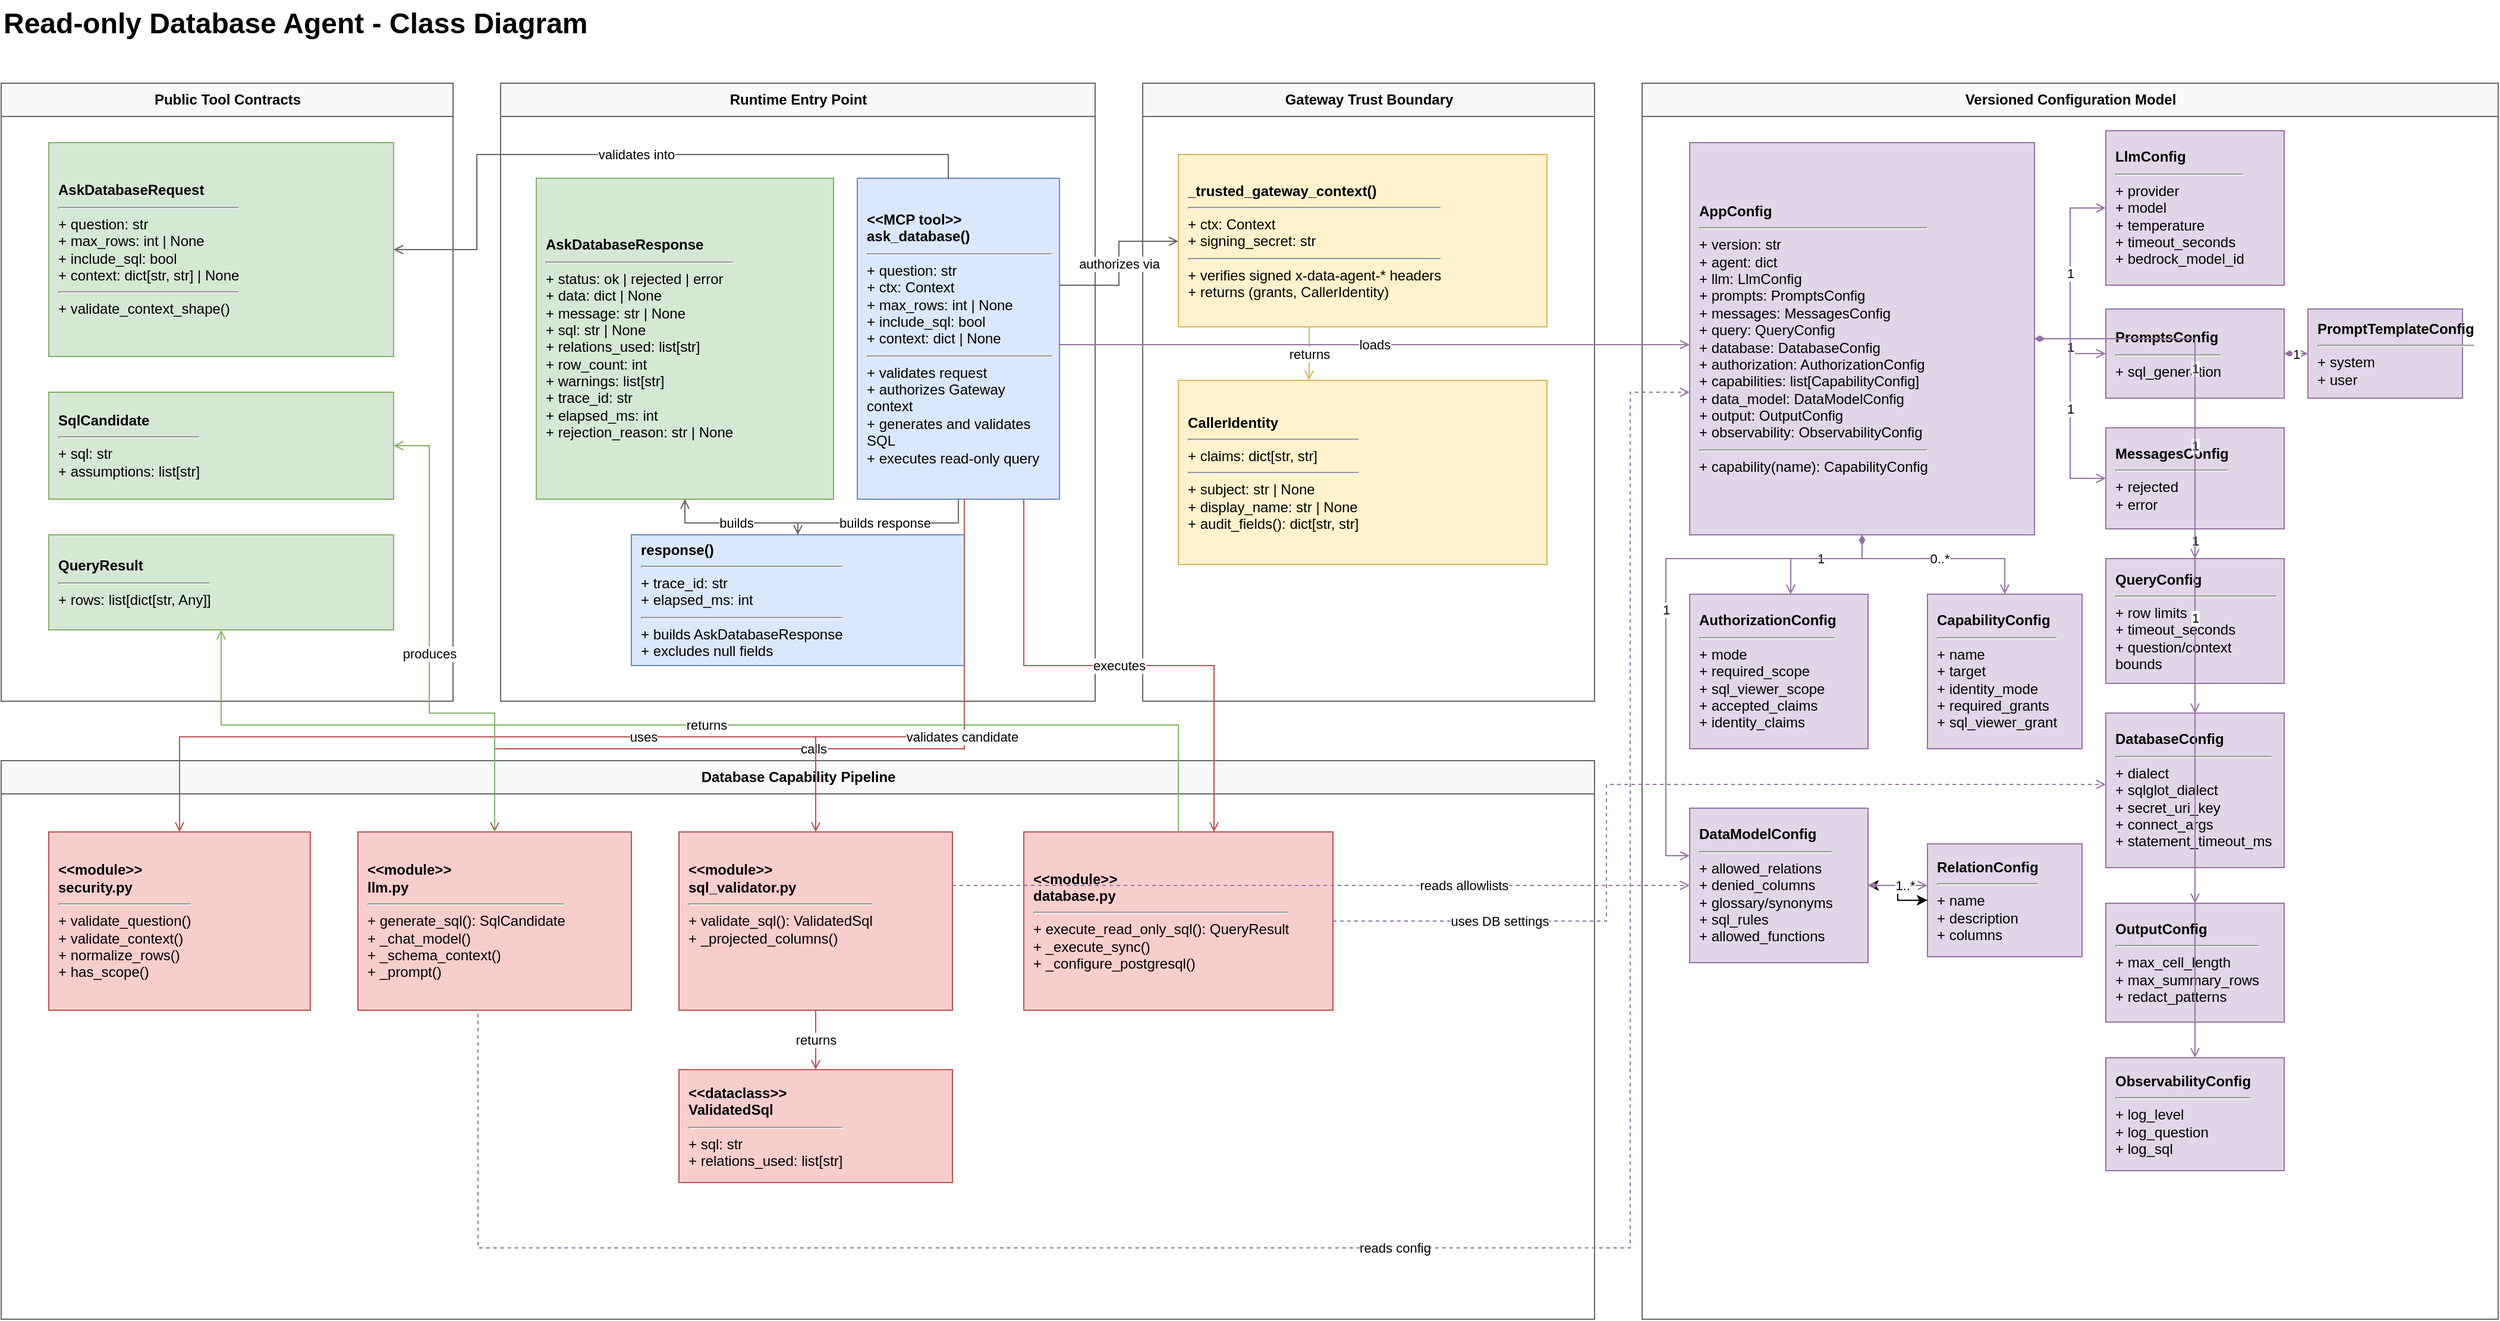
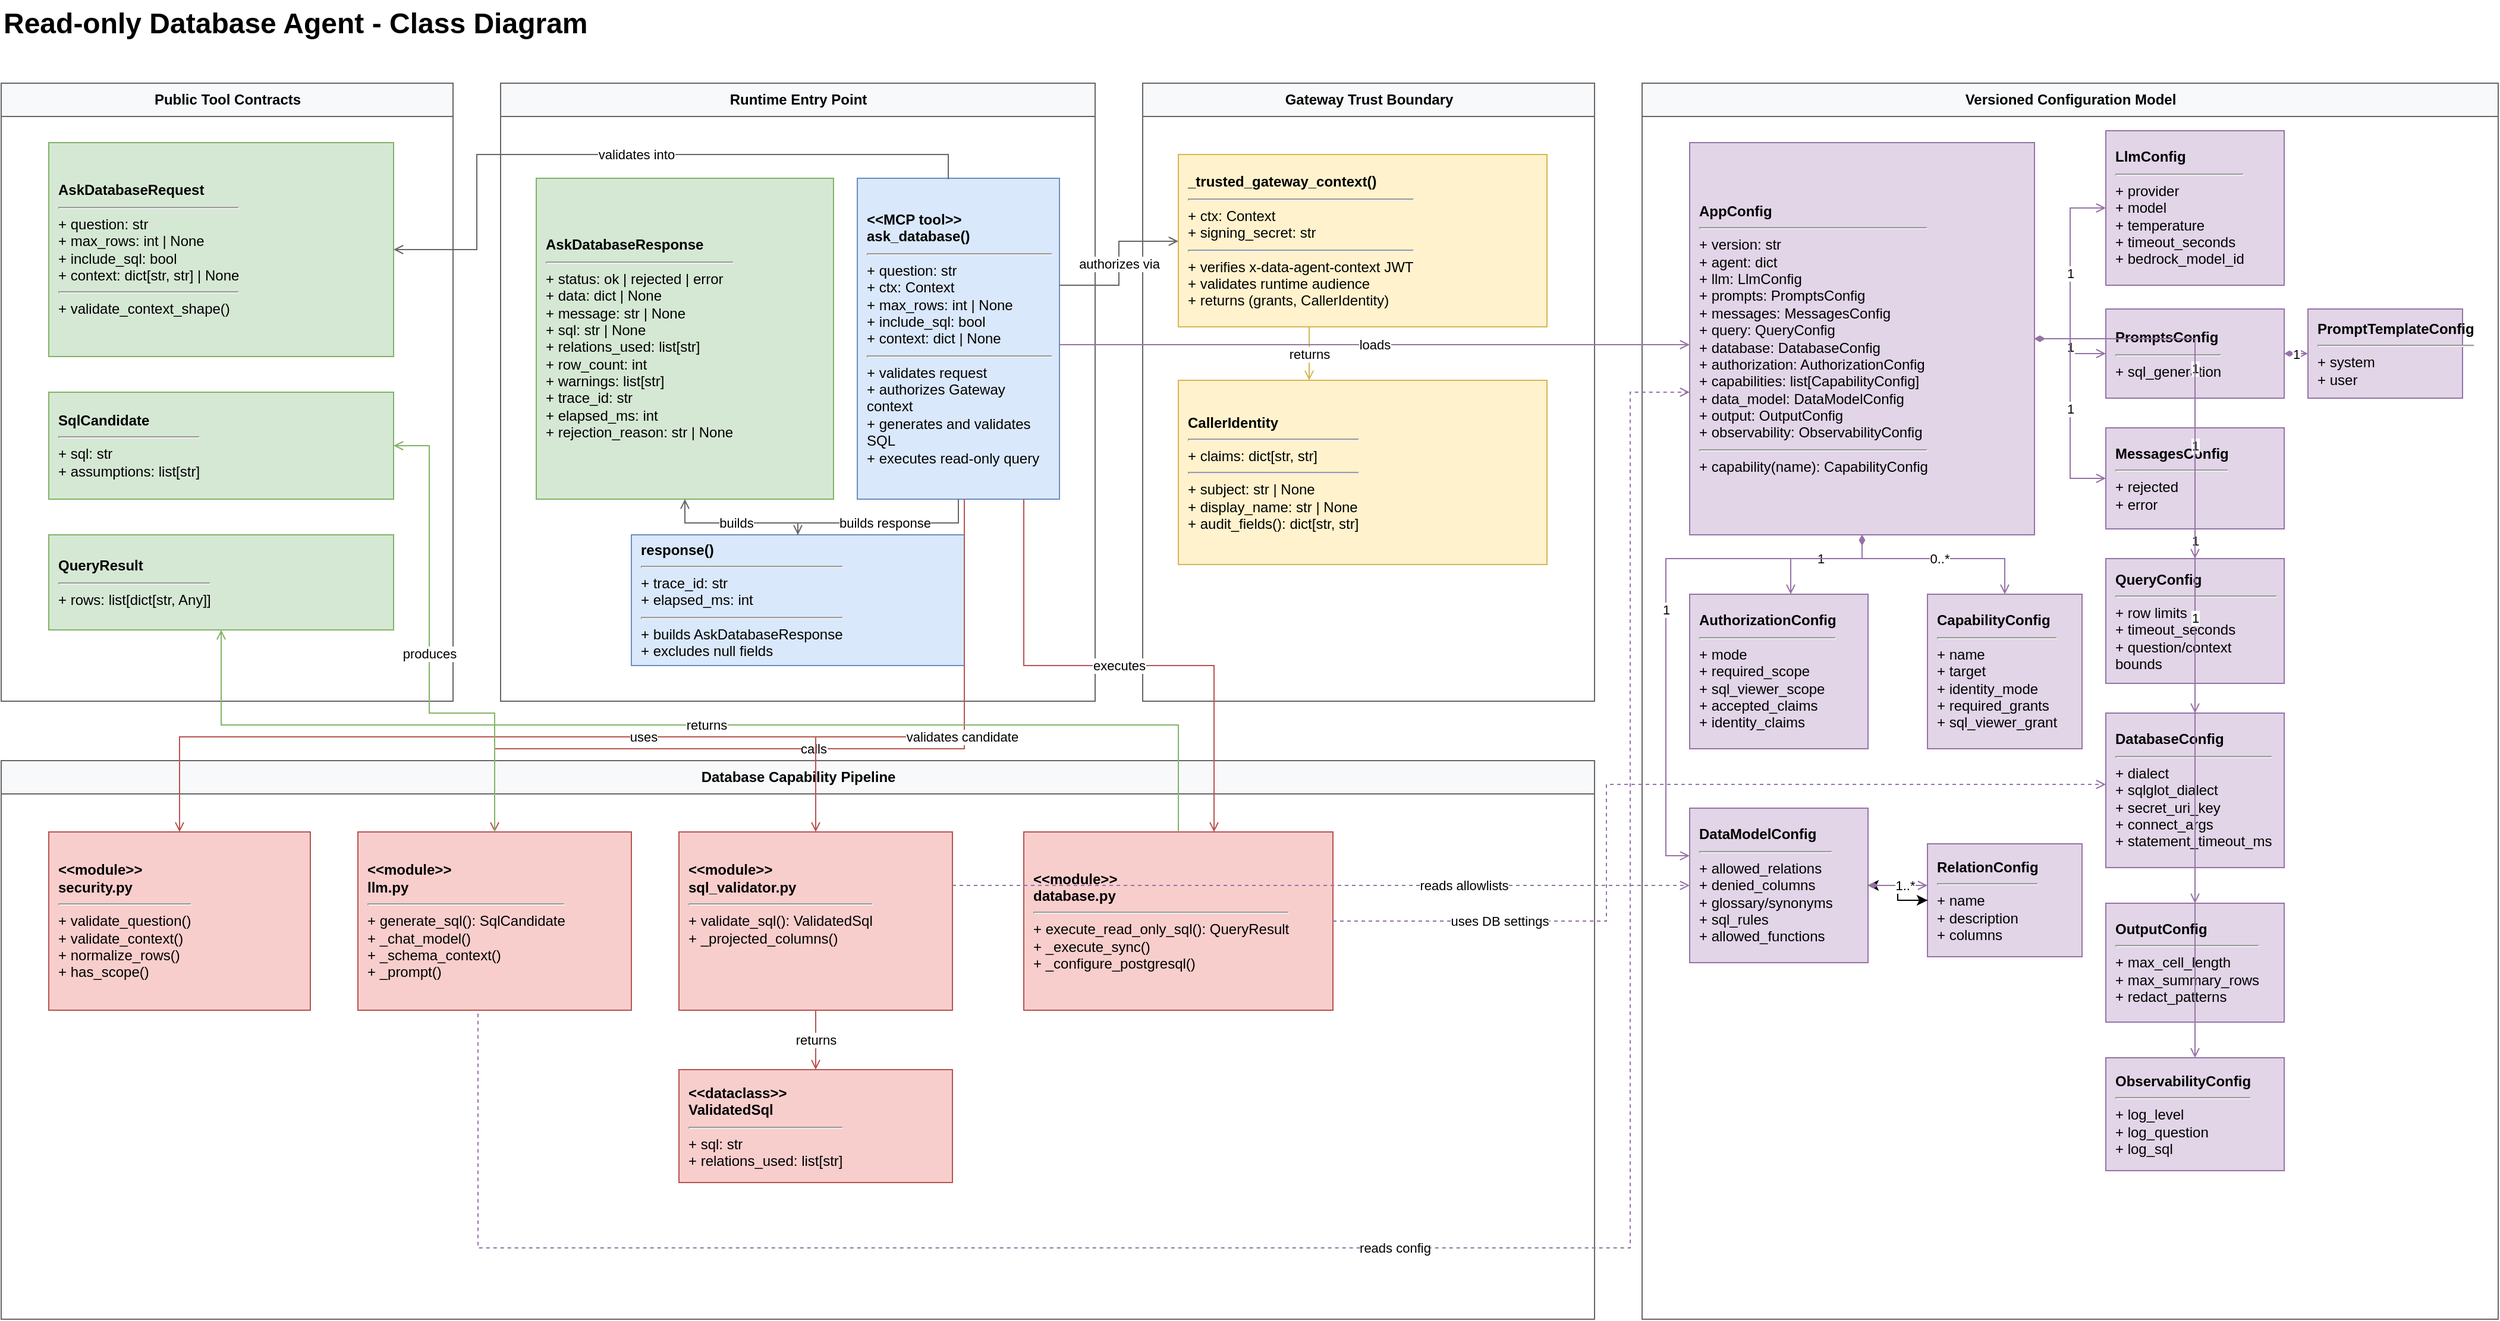
<mxfile host="app.diagrams.net" agent="Codex">
  <diagram id="database-agent-class-diagram" name="Database Agent Class Diagram">
    <mxGraphModel dx="1203" dy="665" grid="1" gridSize="10" guides="1" tooltips="1" connect="1" arrows="1" fold="1" page="1" pageScale="1" pageWidth="2200" pageHeight="1400" math="0" shadow="0">
      <root>
        <mxCell id="0" />
        <mxCell id="1" parent="0" />
        <mxCell id="title" parent="1" style="text;html=1;strokeColor=none;fillColor=none;fontSize=24;fontStyle=1;align=left;verticalAlign=middle;" value="Read-only Database Agent - Class Diagram" vertex="1">
          <mxGeometry height="40" width="760" x="40" y="20" as="geometry" />
        </mxCell>
        <mxCell id="lane_contracts" parent="1" style="swimlane;html=1;rounded=0;startSize=28;fontStyle=1;fillColor=#f8f9fa;strokeColor=#666666;" value="Public Tool Contracts" vertex="1">
          <mxGeometry height="520" width="380" x="40" y="90" as="geometry" />
        </mxCell>
        <mxCell id="lane_runtime" parent="1" style="swimlane;html=1;rounded=0;startSize=28;fontStyle=1;fillColor=#f8f9fa;strokeColor=#666666;" value="Runtime Entry Point" vertex="1">
          <mxGeometry height="520" width="500" x="460" y="90" as="geometry" />
        </mxCell>
        <mxCell id="lane_auth" parent="1" style="swimlane;html=1;rounded=0;startSize=28;fontStyle=1;fillColor=#f8f9fa;strokeColor=#666666;" value="Gateway Trust Boundary" vertex="1">
          <mxGeometry height="520" width="380" x="1000" y="90" as="geometry" />
        </mxCell>
        <mxCell id="lane_config" parent="1" style="swimlane;html=1;rounded=0;startSize=28;fontStyle=1;fillColor=#f8f9fa;strokeColor=#666666;" value="Versioned Configuration Model" vertex="1">
          <mxGeometry height="1040" width="720" x="1420" y="90" as="geometry" />
        </mxCell>
        <mxCell id="CapabilityConfig" parent="lane_config" style="rounded=0;whiteSpace=wrap;html=1;fillColor=#e1d5e7;strokeColor=#9673a6;align=left;spacing=8;" value="&lt;b&gt;CapabilityConfig&lt;/b&gt;&lt;hr&gt;+ name&lt;br&gt;+ target&lt;br&gt;+ identity_mode&lt;br&gt;+ required_grants&lt;br&gt;+ sql_viewer_grant" vertex="1">
          <mxGeometry height="130" width="130" x="240" y="430" as="geometry" />
        </mxCell>
        <mxCell id="RelationConfig" parent="lane_config" style="rounded=0;whiteSpace=wrap;html=1;fillColor=#e1d5e7;strokeColor=#9673a6;align=left;spacing=8;" value="&lt;b&gt;RelationConfig&lt;/b&gt;&lt;hr&gt;+ name&lt;br&gt;+ description&lt;br&gt;+ columns" vertex="1">
          <mxGeometry height="95" width="130" x="240" y="640" as="geometry" />
        </mxCell>
        <mxCell id="lane_pipeline" parent="1" style="swimlane;html=1;rounded=0;startSize=28;fontStyle=1;fillColor=#f8f9fa;strokeColor=#666666;" value="Database Capability Pipeline" vertex="1">
          <mxGeometry height="470" width="1340" x="40" y="660" as="geometry" />
        </mxCell>
        <mxCell id="ValidatedSql" parent="lane_pipeline" style="rounded=0;whiteSpace=wrap;html=1;fillColor=#f8cecc;strokeColor=#b85450;align=left;spacing=8;" value="&lt;b&gt;&amp;lt;&amp;lt;dataclass&amp;gt;&amp;gt;&lt;br&gt;ValidatedSql&lt;/b&gt;&lt;hr&gt;+ sql: str&lt;br&gt;+ relations_used: list[str]" vertex="1">
          <mxGeometry height="95" width="230" x="570" y="260" as="geometry" />
        </mxCell>
        <mxCell id="AskDatabaseRequest" parent="1" style="rounded=0;whiteSpace=wrap;html=1;fillColor=#d5e8d4;strokeColor=#82b366;align=left;spacing=8;" value="&lt;b&gt;AskDatabaseRequest&lt;/b&gt;&lt;hr&gt;+ question: str&lt;br&gt;+ max_rows: int | None&lt;br&gt;+ include_sql: bool&lt;br&gt;+ context: dict[str, str] | None&lt;hr&gt;+ validate_context_shape()" vertex="1">
          <mxGeometry height="180" width="290" x="80" y="140" as="geometry" />
        </mxCell>
        <mxCell id="SqlCandidate" parent="1" style="rounded=0;whiteSpace=wrap;html=1;fillColor=#d5e8d4;strokeColor=#82b366;align=left;spacing=8;" value="&lt;b&gt;SqlCandidate&lt;/b&gt;&lt;hr&gt;+ sql: str&lt;br&gt;+ assumptions: list[str]" vertex="1">
          <mxGeometry height="90" width="290" x="80" y="350" as="geometry" />
        </mxCell>
        <mxCell id="QueryResult" parent="1" style="rounded=0;whiteSpace=wrap;html=1;fillColor=#d5e8d4;strokeColor=#82b366;align=left;spacing=8;" value="&lt;b&gt;QueryResult&lt;/b&gt;&lt;hr&gt;+ rows: list[dict[str, Any]]" vertex="1">
          <mxGeometry height="80" width="290" x="80" y="470" as="geometry" />
        </mxCell>
        <mxCell id="AskDatabaseResponse" parent="1" style="rounded=0;whiteSpace=wrap;html=1;fillColor=#d5e8d4;strokeColor=#82b366;align=left;spacing=8;" value="&lt;b&gt;AskDatabaseResponse&lt;/b&gt;&lt;hr&gt;+ status: ok | rejected | error&lt;br&gt;+ data: dict | None&lt;br&gt;+ message: str | None&lt;br&gt;+ sql: str | None&lt;br&gt;+ relations_used: list[str]&lt;br&gt;+ row_count: int&lt;br&gt;+ warnings: list[str]&lt;br&gt;+ trace_id: str&lt;br&gt;+ elapsed_ms: int&lt;br&gt;+ rejection_reason: str | None" vertex="1">
          <mxGeometry height="270" width="250" x="490" y="170" as="geometry" />
        </mxCell>
        <mxCell id="AskDatabaseTool" parent="1" style="rounded=0;whiteSpace=wrap;html=1;fillColor=#dae8fc;strokeColor=#6c8ebf;align=left;spacing=8;" value="&lt;b&gt;&amp;lt;&amp;lt;MCP tool&amp;gt;&amp;gt;&lt;br&gt;ask_database()&lt;/b&gt;&lt;hr&gt;+ question: str&lt;br&gt;+ ctx: Context&lt;br&gt;+ max_rows: int | None&lt;br&gt;+ include_sql: bool&lt;br&gt;+ context: dict | None&lt;hr&gt;+ validates request&lt;br&gt;+ authorizes Gateway context&lt;br&gt;+ generates and validates SQL&lt;br&gt;+ executes read-only query" vertex="1">
          <mxGeometry height="270" width="170" x="760" y="170" as="geometry" />
        </mxCell>
        <mxCell id="ResponseBuilder" parent="1" style="rounded=0;whiteSpace=wrap;html=1;fillColor=#dae8fc;strokeColor=#6c8ebf;align=left;spacing=8;" value="&lt;b&gt;response()&lt;/b&gt;&lt;hr&gt;+ trace_id: str&lt;br&gt;+ elapsed_ms: int&lt;hr&gt;+ builds AskDatabaseResponse&lt;br&gt;+ excludes null fields" vertex="1">
          <mxGeometry height="110" width="280" x="570" y="470" as="geometry" />
        </mxCell>
-         <mxCell id="TrustedGatewayContext" parent="1" style="rounded=0;whiteSpace=wrap;html=1;fillColor=#fff2cc;strokeColor=#d6b656;align=left;spacing=8;" value="&lt;b&gt;_trusted_gateway_context()&lt;/b&gt;&lt;hr&gt;+ ctx: Context&lt;br&gt;+ signing_secret: str&lt;hr&gt;+ verifies signed x-data-agent-* headers&lt;br&gt;+ returns (grants, CallerIdentity)" vertex="1">
+         <mxCell id="TrustedGatewayContext" parent="1" style="rounded=0;whiteSpace=wrap;html=1;fillColor=#fff2cc;strokeColor=#d6b656;align=left;spacing=8;" value="&lt;b&gt;_trusted_gateway_context()&lt;/b&gt;&lt;hr&gt;+ ctx: Context&lt;br&gt;+ signing_secret: str&lt;hr&gt;+ verifies x-data-agent-context JWT&lt;br&gt;+ validates runtime audience&lt;br&gt;+ returns (grants, CallerIdentity)" vertex="1">
          <mxGeometry height="145" width="310" x="1030" y="150" as="geometry" />
        </mxCell>
        <mxCell id="CallerIdentity" parent="1" style="rounded=0;whiteSpace=wrap;html=1;fillColor=#fff2cc;strokeColor=#d6b656;align=left;spacing=8;" value="&lt;b&gt;CallerIdentity&lt;/b&gt;&lt;hr&gt;+ claims: dict[str, str]&lt;hr&gt;+ subject: str | None&lt;br&gt;+ display_name: str | None&lt;br&gt;+ audit_fields(): dict[str, str]" vertex="1">
          <mxGeometry height="155" width="310" x="1030" y="340" as="geometry" />
        </mxCell>
        <mxCell id="SecurityGuards" parent="1" style="rounded=0;whiteSpace=wrap;html=1;fillColor=#f8cecc;strokeColor=#b85450;align=left;spacing=8;" value="&lt;b&gt;&amp;lt;&amp;lt;module&amp;gt;&amp;gt;&lt;br&gt;security.py&lt;/b&gt;&lt;hr&gt;+ validate_question()&lt;br&gt;+ validate_context()&lt;br&gt;+ normalize_rows()&lt;br&gt;+ has_scope()" vertex="1">
          <mxGeometry height="150" width="220" x="80" y="720" as="geometry" />
        </mxCell>
        <mxCell id="SqlGenerator" parent="1" style="rounded=0;whiteSpace=wrap;html=1;fillColor=#f8cecc;strokeColor=#b85450;align=left;spacing=8;" value="&lt;b&gt;&amp;lt;&amp;lt;module&amp;gt;&amp;gt;&lt;br&gt;llm.py&lt;/b&gt;&lt;hr&gt;+ generate_sql(): SqlCandidate&lt;br&gt;+ _chat_model()&lt;br&gt;+ _schema_context()&lt;br&gt;+ _prompt()" vertex="1">
          <mxGeometry height="150" width="230" x="340" y="720" as="geometry" />
        </mxCell>
        <mxCell id="SqlValidator" parent="1" style="rounded=0;whiteSpace=wrap;html=1;fillColor=#f8cecc;strokeColor=#b85450;align=left;spacing=8;" value="&lt;b&gt;&amp;lt;&amp;lt;module&amp;gt;&amp;gt;&lt;br&gt;sql_validator.py&lt;/b&gt;&lt;hr&gt;+ validate_sql(): ValidatedSql&lt;br&gt;+ _projected_columns()&lt;div&gt;&lt;br&gt;&lt;/div&gt;&lt;div&gt;&lt;br&gt;&lt;/div&gt;" vertex="1">
          <mxGeometry height="150" width="230" x="610" y="720" as="geometry" />
        </mxCell>
        <mxCell id="DatabaseExecutor" parent="1" style="rounded=0;whiteSpace=wrap;html=1;fillColor=#f8cecc;strokeColor=#b85450;align=left;spacing=8;" value="&lt;b&gt;&amp;lt;&amp;lt;module&amp;gt;&amp;gt;&lt;br&gt;database.py&lt;/b&gt;&lt;hr&gt;+ execute_read_only_sql(): QueryResult&lt;br&gt;+ _execute_sync()&lt;br&gt;+ _configure_postgresql()" vertex="1">
          <mxGeometry height="150" width="260" x="900" y="720" as="geometry" />
        </mxCell>
        <mxCell id="AppConfig" parent="1" style="rounded=0;whiteSpace=wrap;html=1;fillColor=#e1d5e7;strokeColor=#9673a6;align=left;spacing=8;" value="&lt;b&gt;AppConfig&lt;/b&gt;&lt;hr&gt;+ version: str&lt;br&gt;+ agent: dict&lt;br&gt;+ llm: LlmConfig&lt;br&gt;+ prompts: PromptsConfig&lt;br&gt;+ messages: MessagesConfig&lt;br&gt;+ query: QueryConfig&lt;br&gt;+ database: DatabaseConfig&lt;br&gt;+ authorization: AuthorizationConfig&lt;br&gt;+ capabilities: list[CapabilityConfig]&lt;br&gt;+ data_model: DataModelConfig&lt;br&gt;+ output: OutputConfig&lt;br&gt;+ observability: ObservabilityConfig&lt;hr&gt;+ capability(name): CapabilityConfig" vertex="1">
          <mxGeometry height="330" width="290" x="1460" y="140" as="geometry" />
        </mxCell>
        <mxCell id="LlmConfig" parent="1" style="rounded=0;whiteSpace=wrap;html=1;fillColor=#e1d5e7;strokeColor=#9673a6;align=left;spacing=8;" value="&lt;b&gt;LlmConfig&lt;/b&gt;&lt;hr&gt;+ provider&lt;br&gt;+ model&lt;br&gt;+ temperature&lt;br&gt;+ timeout_seconds&lt;br&gt;+ bedrock_model_id" vertex="1">
          <mxGeometry height="130" width="150" x="1810" y="130" as="geometry" />
        </mxCell>
        <mxCell id="PromptsConfig" parent="1" style="rounded=0;whiteSpace=wrap;html=1;fillColor=#e1d5e7;strokeColor=#9673a6;align=left;spacing=8;" value="&lt;b&gt;PromptsConfig&lt;/b&gt;&lt;hr&gt;+ sql_generation" vertex="1">
          <mxGeometry height="75" width="150" x="1810" y="280" as="geometry" />
        </mxCell>
        <mxCell id="PromptTemplateConfig" parent="1" style="rounded=0;whiteSpace=wrap;html=1;fillColor=#e1d5e7;strokeColor=#9673a6;align=left;spacing=8;" value="&lt;b&gt;PromptTemplateConfig&lt;/b&gt;&lt;hr&gt;+ system&lt;br&gt;+ user" vertex="1">
          <mxGeometry height="75" width="130" x="1980" y="280" as="geometry" />
        </mxCell>
        <mxCell id="MessagesConfig" parent="1" style="rounded=0;whiteSpace=wrap;html=1;fillColor=#e1d5e7;strokeColor=#9673a6;align=left;spacing=8;" value="&lt;b&gt;MessagesConfig&lt;/b&gt;&lt;hr&gt;+ rejected&lt;br&gt;+ error" vertex="1">
          <mxGeometry height="85" width="150" x="1810" y="380" as="geometry" />
        </mxCell>
        <mxCell id="QueryConfig" parent="1" style="rounded=0;whiteSpace=wrap;html=1;fillColor=#e1d5e7;strokeColor=#9673a6;align=left;spacing=8;" value="&lt;b&gt;QueryConfig&lt;/b&gt;&lt;hr&gt;+ row limits&lt;br&gt;+ timeout_seconds&lt;br&gt;+ question/context bounds" vertex="1">
          <mxGeometry height="105" width="150" x="1810" y="490" as="geometry" />
        </mxCell>
        <mxCell id="DatabaseConfig" parent="1" style="rounded=0;whiteSpace=wrap;html=1;fillColor=#e1d5e7;strokeColor=#9673a6;align=left;spacing=8;" value="&lt;b&gt;DatabaseConfig&lt;/b&gt;&lt;hr&gt;+ dialect&lt;br&gt;+ sqlglot_dialect&lt;br&gt;+ secret_uri_key&lt;br&gt;+ connect_args&lt;br&gt;+ statement_timeout_ms" vertex="1">
          <mxGeometry height="130" width="150" x="1810" y="620" as="geometry" />
        </mxCell>
        <mxCell id="AuthorizationConfig" parent="1" style="rounded=0;whiteSpace=wrap;html=1;fillColor=#e1d5e7;strokeColor=#9673a6;align=left;spacing=8;" value="&lt;b&gt;AuthorizationConfig&lt;/b&gt;&lt;hr&gt;+ mode&lt;br&gt;+ required_scope&lt;br&gt;+ sql_viewer_scope&lt;br&gt;+ accepted_claims&lt;br&gt;+ identity_claims" vertex="1">
          <mxGeometry height="130" width="150" x="1460" y="520" as="geometry" />
        </mxCell>
        <mxCell id="VCXLn631tZsVZHnPVhLA-1" edge="1" parent="1" source="DataModelConfig" style="edgeStyle=orthogonalEdgeStyle;rounded=0;orthogonalLoop=1;jettySize=auto;html=1;" target="RelationConfig" value="">
          <mxGeometry relative="1" as="geometry" />
        </mxCell>
        <mxCell id="DataModelConfig" parent="1" style="rounded=0;whiteSpace=wrap;html=1;fillColor=#e1d5e7;strokeColor=#9673a6;align=left;spacing=8;" value="&lt;b&gt;DataModelConfig&lt;/b&gt;&lt;hr&gt;+ allowed_relations&lt;br&gt;+ denied_columns&lt;br&gt;+ glossary/synonyms&lt;br&gt;+ sql_rules&lt;br&gt;+ allowed_functions" vertex="1">
          <mxGeometry height="130" width="150" x="1460" y="700" as="geometry" />
        </mxCell>
        <mxCell id="VCXLn631tZsVZHnPVhLA-2" edge="1" parent="1" source="RelationConfig" style="edgeStyle=orthogonalEdgeStyle;rounded=0;orthogonalLoop=1;jettySize=auto;html=1;" target="DataModelConfig" value="">
          <mxGeometry relative="1" as="geometry" />
        </mxCell>
        <mxCell id="OutputConfig" parent="1" style="rounded=0;whiteSpace=wrap;html=1;fillColor=#e1d5e7;strokeColor=#9673a6;align=left;spacing=8;" value="&lt;b&gt;OutputConfig&lt;/b&gt;&lt;hr&gt;+ max_cell_length&lt;br&gt;+ max_summary_rows&lt;br&gt;+ redact_patterns" vertex="1">
          <mxGeometry height="100" width="150" x="1810" y="780" as="geometry" />
        </mxCell>
        <mxCell id="ObservabilityConfig" parent="1" style="rounded=0;whiteSpace=wrap;html=1;fillColor=#e1d5e7;strokeColor=#9673a6;align=left;spacing=8;" value="&lt;b&gt;ObservabilityConfig&lt;/b&gt;&lt;hr&gt;+ log_level&lt;br&gt;+ log_question&lt;br&gt;+ log_sql" vertex="1">
          <mxGeometry height="95" width="150" x="1810" y="910" as="geometry" />
        </mxCell>
        <mxCell id="e_request" edge="1" parent="1" source="AskDatabaseTool" style="edgeStyle=orthogonalEdgeStyle;rounded=0;orthogonalLoop=1;jettySize=auto;html=1;endArrow=open;strokeColor=#666666;exitX=0.45;exitY=0.003;exitDx=0;exitDy=0;exitPerimeter=0;" target="AskDatabaseRequest" value="validates into">
          <mxGeometry relative="1" as="geometry">
            <Array as="points">
              <mxPoint x="837" y="150" />
              <mxPoint x="440" y="150" />
              <mxPoint x="440" y="230" />
            </Array>
          </mxGeometry>
        </mxCell>
        <mxCell id="e_response" edge="1" parent="1" source="ResponseBuilder" style="edgeStyle=orthogonalEdgeStyle;rounded=0;orthogonalLoop=1;jettySize=auto;html=1;endArrow=open;strokeColor=#666666;" target="AskDatabaseResponse" value="builds">
          <mxGeometry relative="1" as="geometry">
            <Array as="points">
              <mxPoint x="710" y="460" />
              <mxPoint x="615" y="460" />
            </Array>
          </mxGeometry>
        </mxCell>
        <mxCell id="e_auth" edge="1" parent="1" source="AskDatabaseTool" style="edgeStyle=orthogonalEdgeStyle;rounded=0;orthogonalLoop=1;jettySize=auto;html=1;endArrow=open;strokeColor=#666666;" target="TrustedGatewayContext" value="authorizes via">
          <mxGeometry relative="1" as="geometry">
            <Array as="points">
              <mxPoint x="980" y="260" />
              <mxPoint x="980" y="223" />
            </Array>
          </mxGeometry>
        </mxCell>
        <mxCell id="e_identity" edge="1" parent="1" source="TrustedGatewayContext" style="edgeStyle=orthogonalEdgeStyle;rounded=0;orthogonalLoop=1;jettySize=auto;html=1;endArrow=open;strokeColor=#d6b656;" target="CallerIdentity" value="returns">
          <mxGeometry relative="1" as="geometry">
            <Array as="points">
              <mxPoint x="1140" y="320" />
              <mxPoint x="1140" y="320" />
            </Array>
          </mxGeometry>
        </mxCell>
        <mxCell id="e_config" edge="1" parent="1" source="AskDatabaseTool" style="edgeStyle=orthogonalEdgeStyle;rounded=0;orthogonalLoop=1;jettySize=auto;html=1;endArrow=open;strokeColor=#9673a6;" target="AppConfig" value="loads">
          <mxGeometry relative="1" as="geometry">
            <Array as="points">
              <mxPoint x="1440" y="310" />
              <mxPoint x="1440" y="310" />
            </Array>
          </mxGeometry>
        </mxCell>
        <mxCell id="e_security" edge="1" parent="1" source="AskDatabaseTool" style="edgeStyle=orthogonalEdgeStyle;rounded=0;orthogonalLoop=1;jettySize=auto;html=1;endArrow=open;strokeColor=#b85450;" target="SecurityGuards" value="uses">
          <mxGeometry relative="1" as="geometry">
            <Array as="points">
              <mxPoint x="850" y="640" />
              <mxPoint x="190" y="640" />
            </Array>
          </mxGeometry>
        </mxCell>
        <mxCell id="e_generate" edge="1" parent="1" source="AskDatabaseTool" style="edgeStyle=orthogonalEdgeStyle;rounded=0;orthogonalLoop=1;jettySize=auto;html=1;endArrow=open;strokeColor=#b85450;" target="SqlGenerator" value="calls">
          <mxGeometry relative="1" as="geometry">
            <Array as="points">
              <mxPoint x="850" y="650" />
              <mxPoint x="455" y="650" />
            </Array>
          </mxGeometry>
        </mxCell>
        <mxCell id="e_candidate" edge="1" parent="1" source="SqlGenerator" style="edgeStyle=orthogonalEdgeStyle;rounded=0;orthogonalLoop=1;jettySize=auto;html=1;endArrow=open;strokeColor=#82b366;entryX=1;entryY=0.5;entryDx=0;entryDy=0;" target="SqlCandidate" value="produces">
          <mxGeometry relative="1" as="geometry">
            <Array as="points">
              <mxPoint x="455" y="620" />
              <mxPoint x="400" y="620" />
              <mxPoint x="400" y="395" />
            </Array>
          </mxGeometry>
        </mxCell>
        <mxCell id="e_validate" edge="1" parent="1" source="AskDatabaseTool" style="edgeStyle=orthogonalEdgeStyle;rounded=0;orthogonalLoop=1;jettySize=auto;html=1;endArrow=open;strokeColor=#b85450;" target="SqlValidator" value="validates candidate">
          <mxGeometry relative="1" as="geometry">
            <Array as="points">
              <mxPoint x="850" y="640" />
              <mxPoint x="725" y="640" />
            </Array>
          </mxGeometry>
        </mxCell>
        <mxCell id="e_validated" edge="1" parent="1" source="SqlValidator" style="edgeStyle=orthogonalEdgeStyle;rounded=0;orthogonalLoop=1;jettySize=auto;html=1;endArrow=open;strokeColor=#b85450;" target="ValidatedSql" value="returns">
          <mxGeometry relative="1" as="geometry" />
        </mxCell>
        <mxCell id="e_execute" edge="1" parent="1" source="AskDatabaseTool" style="edgeStyle=orthogonalEdgeStyle;rounded=0;orthogonalLoop=1;jettySize=auto;html=1;endArrow=open;strokeColor=#b85450;" target="DatabaseExecutor" value="executes">
          <mxGeometry relative="1" as="geometry">
            <Array as="points">
              <mxPoint x="900" y="580" />
              <mxPoint x="1060" y="580" />
            </Array>
          </mxGeometry>
        </mxCell>
        <mxCell id="e_result" edge="1" parent="1" source="DatabaseExecutor" style="edgeStyle=orthogonalEdgeStyle;rounded=0;orthogonalLoop=1;jettySize=auto;html=1;endArrow=open;strokeColor=#82b366;" target="QueryResult" value="returns">
          <mxGeometry relative="1" as="geometry">
            <Array as="points">
              <mxPoint x="1030" y="630" />
              <mxPoint x="225" y="630" />
            </Array>
          </mxGeometry>
        </mxCell>
        <mxCell id="e_response_builder" edge="1" parent="1" source="AskDatabaseTool" style="edgeStyle=orthogonalEdgeStyle;rounded=0;orthogonalLoop=1;jettySize=auto;html=1;endArrow=open;strokeColor=#666666;" target="ResponseBuilder" value="builds response">
          <mxGeometry relative="1" as="geometry">
            <Array as="points">
              <mxPoint x="845" y="460" />
              <mxPoint x="710" y="460" />
            </Array>
          </mxGeometry>
        </mxCell>
        <mxCell id="c_llm" edge="1" parent="1" source="AppConfig" style="edgeStyle=orthogonalEdgeStyle;rounded=0;html=1;startArrow=diamondThin;startFill=1;endArrow=open;strokeColor=#9673a6;" target="LlmConfig" value="1">
          <mxGeometry relative="1" as="geometry" />
        </mxCell>
        <mxCell id="c_prompts" edge="1" parent="1" source="AppConfig" style="edgeStyle=orthogonalEdgeStyle;rounded=0;html=1;startArrow=diamondThin;startFill=1;endArrow=open;strokeColor=#9673a6;" target="PromptsConfig" value="1">
          <mxGeometry relative="1" as="geometry" />
        </mxCell>
        <mxCell id="c_prompt_template" edge="1" parent="1" source="PromptsConfig" style="edgeStyle=orthogonalEdgeStyle;rounded=0;html=1;startArrow=diamondThin;startFill=1;endArrow=open;strokeColor=#9673a6;" target="PromptTemplateConfig" value="1">
          <mxGeometry relative="1" as="geometry" />
        </mxCell>
        <mxCell id="c_messages" edge="1" parent="1" source="AppConfig" style="edgeStyle=orthogonalEdgeStyle;rounded=0;html=1;startArrow=diamondThin;startFill=1;endArrow=open;strokeColor=#9673a6;" target="MessagesConfig" value="1">
          <mxGeometry relative="1" as="geometry" />
        </mxCell>
        <mxCell id="c_query" edge="1" parent="1" source="AppConfig" style="edgeStyle=orthogonalEdgeStyle;rounded=0;html=1;startArrow=diamondThin;startFill=1;endArrow=open;strokeColor=#9673a6;" target="QueryConfig" value="1">
          <mxGeometry relative="1" as="geometry" />
        </mxCell>
        <mxCell id="c_database" edge="1" parent="1" source="AppConfig" style="edgeStyle=orthogonalEdgeStyle;rounded=0;html=1;startArrow=diamondThin;startFill=1;endArrow=open;strokeColor=#9673a6;" target="DatabaseConfig" value="1">
          <mxGeometry relative="1" as="geometry" />
        </mxCell>
        <mxCell id="c_auth_config" edge="1" parent="1" source="AppConfig" style="edgeStyle=orthogonalEdgeStyle;rounded=0;html=1;startArrow=diamondThin;startFill=1;endArrow=open;strokeColor=#9673a6;" target="AuthorizationConfig" value="1">
          <mxGeometry relative="1" as="geometry">
            <Array as="points">
              <mxPoint x="1605" y="490" />
              <mxPoint x="1545" y="490" />
            </Array>
          </mxGeometry>
        </mxCell>
        <mxCell id="c_capability" edge="1" parent="1" source="AppConfig" style="edgeStyle=orthogonalEdgeStyle;rounded=0;html=1;startArrow=diamondThin;startFill=1;endArrow=open;strokeColor=#9673a6;" target="CapabilityConfig" value="0..*">
          <mxGeometry relative="1" as="geometry">
            <Array as="points">
              <mxPoint x="1605" y="490" />
              <mxPoint x="1725" y="490" />
            </Array>
          </mxGeometry>
        </mxCell>
        <mxCell id="c_data_model" edge="1" parent="1" source="AppConfig" style="edgeStyle=orthogonalEdgeStyle;rounded=0;html=1;startArrow=diamondThin;startFill=1;endArrow=open;strokeColor=#9673a6;exitX=0.5;exitY=1;exitDx=0;exitDy=0;entryX=0;entryY=0.308;entryDx=0;entryDy=0;entryPerimeter=0;" target="DataModelConfig" value="1">
          <mxGeometry relative="1" as="geometry">
            <Array as="points">
              <mxPoint x="1605" y="490" />
              <mxPoint x="1440" y="490" />
              <mxPoint x="1440" y="740" />
            </Array>
          </mxGeometry>
        </mxCell>
        <mxCell id="c_relation" edge="1" parent="1" source="DataModelConfig" style="edgeStyle=orthogonalEdgeStyle;rounded=0;html=1;startArrow=diamondThin;startFill=1;endArrow=open;strokeColor=#9673a6;" target="RelationConfig" value="1..*">
          <mxGeometry relative="1" x="-0.3849" y="-15" as="geometry">
            <mxPoint x="15" y="-15" as="offset" />
            <Array as="points">
              <mxPoint x="1650" y="765" />
              <mxPoint x="1650" y="765" />
            </Array>
          </mxGeometry>
        </mxCell>
        <mxCell id="c_output" edge="1" parent="1" source="AppConfig" style="edgeStyle=orthogonalEdgeStyle;rounded=0;html=1;startArrow=diamondThin;startFill=1;endArrow=open;strokeColor=#9673a6;" target="OutputConfig" value="1">
          <mxGeometry relative="1" as="geometry" />
        </mxCell>
        <mxCell id="c_observability" edge="1" parent="1" source="AppConfig" style="edgeStyle=orthogonalEdgeStyle;rounded=0;html=1;startArrow=diamondThin;startFill=1;endArrow=open;strokeColor=#9673a6;" target="ObservabilityConfig" value="1">
          <mxGeometry relative="1" as="geometry" />
        </mxCell>
        <mxCell id="d_llm_config" edge="1" parent="1" source="SqlGenerator" style="edgeStyle=orthogonalEdgeStyle;rounded=0;html=1;dashed=1;endArrow=open;strokeColor=#9673a6;exitX=0.439;exitY=1.019;exitDx=0;exitDy=0;exitPerimeter=0;" target="AppConfig" value="reads config">
          <mxGeometry relative="1" as="geometry">
            <Array as="points">
              <mxPoint x="441" y="1070" />
              <mxPoint x="1410" y="1070" />
              <mxPoint x="1410" y="350" />
            </Array>
          </mxGeometry>
        </mxCell>
        <mxCell id="d_validator_config" edge="1" parent="1" source="SqlValidator" style="edgeStyle=orthogonalEdgeStyle;rounded=0;html=1;dashed=1;endArrow=open;strokeColor=#9673a6;" target="DataModelConfig" value="reads allowlists">
          <mxGeometry relative="1" x="0.3871" as="geometry">
            <mxPoint as="offset" />
            <Array as="points">
              <mxPoint x="1000" y="765" />
              <mxPoint x="1000" y="765" />
            </Array>
          </mxGeometry>
        </mxCell>
        <mxCell id="d_database_config" edge="1" parent="1" source="DatabaseExecutor" style="edgeStyle=orthogonalEdgeStyle;rounded=0;html=1;dashed=1;endArrow=open;strokeColor=#9673a6;" target="DatabaseConfig" value="uses DB settings">
          <mxGeometry relative="1" x="-0.634" as="geometry">
            <mxPoint as="offset" />
            <Array as="points">
              <mxPoint x="1390" y="795" />
              <mxPoint x="1390" y="680" />
            </Array>
          </mxGeometry>
        </mxCell>
      </root>
    </mxGraphModel>
  </diagram>
</mxfile>
